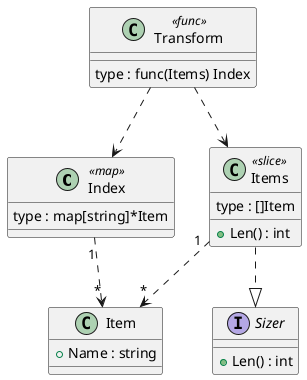
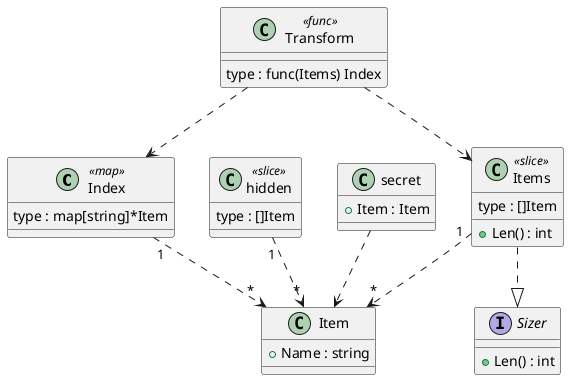
@startuml class-diagram
    class "Index" as Index <<map>> {
        type : map[string]*Item
    }
    class "Item" as Item {
        +Name : string
    }
    class "Items" as Items <<slice>> {
        type : []Item
        +Len() : int
    }
    interface "Sizer" as Sizer {
        +Len() : int
    }
    class "Transform" as Transform <<func>> {
        type : func(Items) Index
    }
+     class "hidden" as hidden <<slice>> {
+         type : []Item
+     }
+     class "secret" as secret {
+         +Item : Item
+     }
    Index "1" ..> "*" Item
    Items "1" ..> "*" Item
    Items ..|> Sizer
    Transform ..> Index
    Transform ..> Items
+     hidden "1" ..> "*" Item
+     secret ..> Item
@enduml
